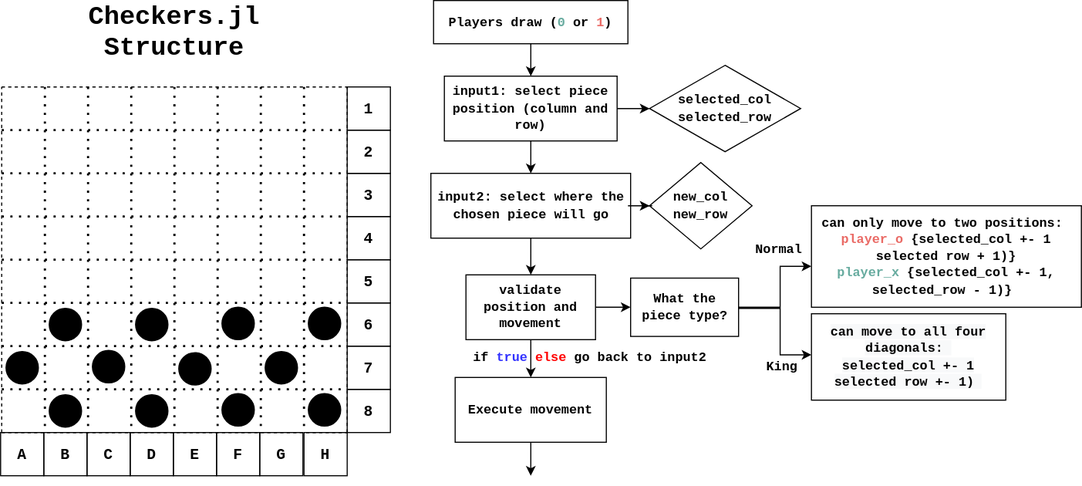
Before: Checker_Architecture.svg, a diagram exported from draw.io (hdcpereira/Checkers.jl). Source tidied: cells renumbered, new cells last; positions are measured from the earlier drawing's top-left corner, leaving out a move shared by most shapes.
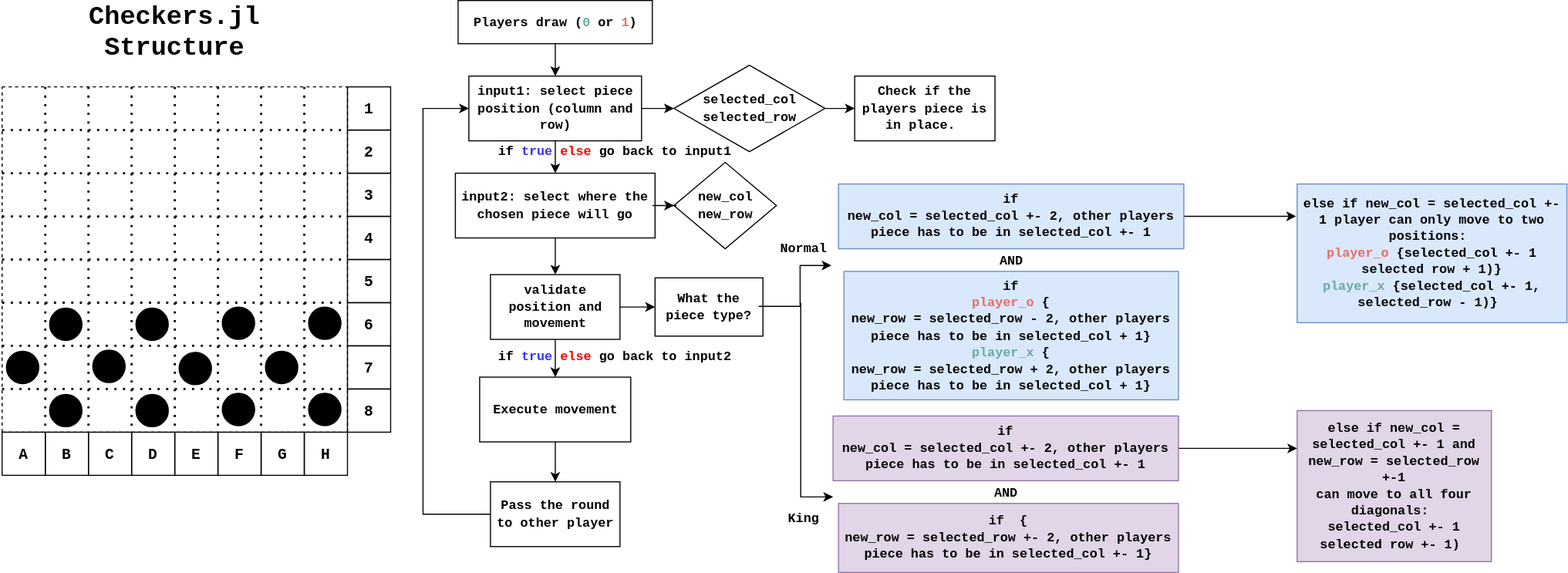
Above is the later version.

Commit message:
updating logic architecture

Change to the diagram source:
```diff
@@ -153,7 +153,7 @@
       <mxGeometry relative="1" as="geometry" />
     </mxCell>
     <mxCell id="34" value="&lt;font face=&quot;Courier New&quot;&gt;&lt;b&gt;Players draw (&lt;font color=&quot;#67ab9f&quot;&gt;0&lt;/font&gt; or &lt;font color=&quot;#ea6b66&quot;&gt;1&lt;/font&gt;)&lt;/b&gt;&lt;/font&gt;" style="rounded=1;whiteSpace=wrap;html=1;fillColor=none;arcSize=0;" parent="1" vertex="1">
-      <mxGeometry x="401" width="180" height="40" as="geometry" />
+      <mxGeometry x="423.5" width="180" height="40" as="geometry" />
     </mxCell>
     <mxCell id="35" style="edgeStyle=orthogonalEdgeStyle;rounded=0;jettySize=auto;html=1;" parent="1" edge="1" source="37" target="40">
       <mxGeometry relative="1" as="geometry" />
@@ -162,7 +162,7 @@
       <mxGeometry relative="1" as="geometry" />
     </mxCell>
     <mxCell id="37" value="&lt;b&gt;&lt;font face=&quot;Courier New&quot;&gt;input1: select piece position (column and row)&lt;/font&gt;&lt;/b&gt;" style="whiteSpace=wrap;html=1;rounded=1;fillColor=none;arcSize=0;" parent="1" vertex="1">
-      <mxGeometry x="411" y="70" width="160" height="60" as="geometry" />
+      <mxGeometry x="433.5" y="70" width="160" height="60" as="geometry" />
     </mxCell>
     <mxCell id="38" style="edgeStyle=orthogonalEdgeStyle;rounded=0;jettySize=auto;html=1;" parent="1" edge="1" source="40" target="43">
       <mxGeometry relative="1" as="geometry" />
@@ -171,7 +171,7 @@
       <mxGeometry relative="1" as="geometry" />
     </mxCell>
     <mxCell id="40" value="&lt;font face=&quot;Courier New&quot;&gt;&lt;b&gt;input2: select where the chosen piece will go&lt;/b&gt;&lt;/font&gt;" style="whiteSpace=wrap;html=1;rounded=1;fillColor=none;arcSize=0;" parent="1" vertex="1">
-      <mxGeometry x="398.5" y="160" width="185" height="60" as="geometry" />
+      <mxGeometry x="421" y="160" width="185" height="60" as="geometry" />
     </mxCell>
     <mxCell id="41" style="edgeStyle=orthogonalEdgeStyle;rounded=0;jettySize=auto;html=1;" parent="1" edge="1" source="43" target="45">
       <mxGeometry relative="1" as="geometry" />
@@ -180,57 +180,56 @@
       <mxGeometry relative="1" as="geometry" />
     </mxCell>
     <mxCell id="43" value="&lt;font face=&quot;Courier New&quot;&gt;&lt;b&gt;validate position and movement&lt;/b&gt;&lt;/font&gt;" style="whiteSpace=wrap;html=1;rounded=1;fillColor=none;arcSize=0;" parent="1" vertex="1">
-      <mxGeometry x="431" y="254" width="120" height="60" as="geometry" />
+      <mxGeometry x="453.5" y="254" width="120" height="60" as="geometry" />
     </mxCell>
-    <mxCell id="44" style="edgeStyle=orthogonalEdgeStyle;rounded=0;jettySize=auto;html=1;entryX=0.5;entryY=0;entryDx=0;entryDy=0;" parent="1" edge="1" source="45">
-      <mxGeometry relative="1" as="geometry">
-        <mxPoint x="491" y="440" as="targetPoint" />
-        <Array as="points">
-          <mxPoint x="491" y="430" />
-          <mxPoint x="491" y="430" />
-        </Array>
-      </mxGeometry>
-    </mxCell>
+    <mxCell id="72" style="edgeStyle=orthogonalEdgeStyle;rounded=0;jettySize=auto;html=1;" parent="1" edge="1" source="45" target="85">
+      <mxGeometry relative="1" as="geometry" />
+    </mxCell>
     <mxCell id="45" value="&lt;font face=&quot;Courier New&quot;&gt;&lt;b&gt;Execute movement&lt;/b&gt;&lt;/font&gt;" style="whiteSpace=wrap;html=1;rounded=1;fillColor=none;arcSize=0;" parent="1" vertex="1">
-      <mxGeometry x="421" y="349" width="140" height="60" as="geometry" />
+      <mxGeometry x="443.5" y="349" width="140" height="60" as="geometry" />
     </mxCell>
+    <mxCell id="73" style="edgeStyle=orthogonalEdgeStyle;rounded=0;jettySize=auto;html=1;" parent="1" edge="1" source="46" target="74">
+      <mxGeometry relative="1" as="geometry" />
+    </mxCell>
     <mxCell id="46" value="&lt;font face=&quot;Courier New&quot;&gt;&lt;b&gt;selected_col&lt;br&gt;selected_row&lt;/b&gt;&lt;/font&gt;" style="rhombus;whiteSpace=wrap;html=1;fillColor=none;" parent="1" vertex="1">
-      <mxGeometry x="601" y="60" width="140" height="80" as="geometry" />
+      <mxGeometry x="623.5" y="60" width="140" height="80" as="geometry" />
     </mxCell>
     <mxCell id="47" value="&lt;font face=&quot;Courier New&quot;&gt;&lt;b&gt;new_col&lt;br&gt;new_row&lt;/b&gt;&lt;/font&gt;" style="rhombus;whiteSpace=wrap;html=1;rounded=1;fillColor=none;arcSize=0;" parent="1" vertex="1">
-      <mxGeometry x="601" y="150" width="95" height="80" as="geometry" />
+      <mxGeometry x="623.5" y="150" width="95" height="80" as="geometry" />
     </mxCell>
-    <mxCell id="48" style="edgeStyle=orthogonalEdgeStyle;rounded=0;jettySize=auto;html=1;" parent="1" edge="1" source="49" target="50">
+    <mxCell id="48" style="edgeStyle=orthogonalEdgeStyle;rounded=0;orthogonalLoop=1;jettySize=auto;html=1;" parent="1" edge="1">
       <mxGeometry relative="1" as="geometry">
+        <mxPoint x="702" y="283.4" as="sourcePoint" />
+        <mxPoint x="769.5" y="245.5" as="targetPoint" />
         <Array as="points">
-          <mxPoint x="722" y="284" />
-          <mxPoint x="722" y="246" />
+          <mxPoint x="740.5" y="283.5" />
+          <mxPoint x="740.5" y="245.5" />
         </Array>
       </mxGeometry>
     </mxCell>
     <mxCell id="49" value="&lt;font face=&quot;Courier New&quot;&gt;&lt;b&gt;What the piece type?&lt;br&gt;&lt;/b&gt;&lt;/font&gt;" style="whiteSpace=wrap;html=1;rounded=1;fillColor=none;arcSize=0;" parent="1" vertex="1">
-      <mxGeometry x="583.5" y="257" width="100" height="54" as="geometry" />
+      <mxGeometry x="606" y="257" width="100" height="54" as="geometry" />
     </mxCell>
-    <mxCell id="50" value="&lt;b&gt;&lt;font face=&quot;Courier New&quot;&gt;can only move to two positions:&amp;nbsp;&lt;br&gt;&lt;font color=&quot;#ea6b66&quot;&gt;player_o&lt;/font&gt; {&lt;/font&gt;&lt;/b&gt;&lt;b style=&quot;font-family: &amp;#34;helvetica&amp;#34;&quot;&gt;&lt;font face=&quot;Courier New&quot;&gt;selected_col +- 1 selected row + 1)}&lt;br&gt;&lt;font color=&quot;#67ab9f&quot;&gt;player_x&lt;/font&gt; {selected_col +- 1, selected_row - 1)}&amp;nbsp;&lt;/font&gt;&lt;/b&gt;&lt;b&gt;&lt;font face=&quot;Courier New&quot;&gt;&lt;br&gt;&lt;/font&gt;&lt;/b&gt;" style="whiteSpace=wrap;html=1;rounded=1;fillColor=none;arcSize=0;" parent="1" vertex="1">
-      <mxGeometry x="751" y="190" width="250" height="94" as="geometry" />
+    <mxCell id="50" value="&lt;b&gt;&lt;font face=&quot;Courier New&quot;&gt;else if new_col = selected_col +- 1 player can only move to two positions:&amp;nbsp;&lt;br&gt;&lt;font color=&quot;#ea6b66&quot;&gt;player_o&lt;/font&gt; {&lt;/font&gt;&lt;/b&gt;&lt;b style=&quot;font-family: &amp;#34;helvetica&amp;#34;&quot;&gt;&lt;font face=&quot;Courier New&quot;&gt;selected_col +- 1 selected row + 1)}&lt;br&gt;&lt;font color=&quot;#67ab9f&quot;&gt;player_x&lt;/font&gt; {selected_col +- 1, selected_row - 1)}&amp;nbsp;&lt;/font&gt;&lt;/b&gt;&lt;b&gt;&lt;font face=&quot;Courier New&quot;&gt;&lt;br&gt;&lt;/font&gt;&lt;/b&gt;" style="whiteSpace=wrap;html=1;rounded=1;fillColor=#dae8fc;arcSize=0;strokeColor=#6c8ebf;" parent="1" vertex="1">
+      <mxGeometry x="1201" y="170" width="250" height="128.5" as="geometry" />
     </mxCell>
     <mxCell id="51" value="&lt;font face=&quot;Courier New&quot;&gt;&lt;b&gt;Normal&lt;/b&gt;&lt;/font&gt;" style="text;html=1;strokeColor=none;fillColor=none;align=center;verticalAlign=middle;whiteSpace=wrap;rounded=0;" parent="1" vertex="1">
-      <mxGeometry x="701" y="220" width="40" height="20" as="geometry" />
+      <mxGeometry x="723.5" y="219.5" width="40" height="20" as="geometry" />
     </mxCell>
-    <mxCell id="52" style="edgeStyle=orthogonalEdgeStyle;rounded=0;jettySize=auto;html=1;exitX=1;exitY=0.5;exitDx=0;exitDy=0;" parent="1" edge="1" target="53">
+    <mxCell id="52" style="edgeStyle=orthogonalEdgeStyle;rounded=0;orthogonalLoop=1;jettySize=auto;html=1;" parent="1" edge="1">
       <mxGeometry relative="1" as="geometry">
-        <mxPoint x="683.5" y="285" as="sourcePoint" />
+        <mxPoint x="741" y="280" as="sourcePoint" />
+        <mxPoint x="771" y="460" as="targetPoint" />
         <Array as="points">
-          <mxPoint x="722" y="285" />
-          <mxPoint x="722" y="328" />
+          <mxPoint x="741" y="460" />
         </Array>
       </mxGeometry>
     </mxCell>
-    <mxCell id="53" value="&lt;b style=&quot;color: rgb(0 , 0 , 0) ; font-family: &amp;#34;helvetica&amp;#34; ; font-size: 12px ; font-style: normal ; letter-spacing: normal ; text-align: center ; text-indent: 0px ; text-transform: none ; word-spacing: 0px ; background-color: rgb(248 , 249 , 250)&quot;&gt;&lt;font face=&quot;Courier New&quot;&gt;can move to all four diagonals:&amp;nbsp;&lt;br&gt;selected_col +- 1 selected row +- 1)&amp;nbsp;&lt;/font&gt;&lt;/b&gt;" style="whiteSpace=wrap;html=1;rounded=1;fillColor=none;arcSize=0;" parent="1" vertex="1">
-      <mxGeometry x="751" y="290" width="180" height="80" as="geometry" />
+    <mxCell id="53" value="&lt;b style=&quot;color: rgb(0 , 0 , 0) ; font-family: &amp;#34;helvetica&amp;#34; ; font-size: 12px ; font-style: normal ; letter-spacing: normal ; text-align: center ; text-indent: 0px ; text-transform: none ; word-spacing: 0px&quot;&gt;&lt;font face=&quot;Courier New&quot;&gt;else if new_col = selected_col +- 1 and new_row = selected_row +-1&lt;br&gt;can move to all four diagonals:&amp;nbsp;&lt;br&gt;selected_col +- 1 selected row +- 1)&amp;nbsp;&lt;/font&gt;&lt;/b&gt;" style="whiteSpace=wrap;html=1;rounded=1;fillColor=#e1d5e7;arcSize=0;strokeColor=#9673a6;" parent="1" vertex="1">
+      <mxGeometry x="1201" y="380" width="180" height="140" as="geometry" />
     </mxCell>
     <mxCell id="54" value="&lt;font face=&quot;Courier New&quot;&gt;&lt;b&gt;King&lt;br&gt;&lt;/b&gt;&lt;/font&gt;" style="text;html=1;strokeColor=none;fillColor=none;align=center;verticalAlign=middle;whiteSpace=wrap;rounded=0;" parent="1" vertex="1">
-      <mxGeometry x="704" y="329" width="40" height="20" as="geometry" />
+      <mxGeometry x="723.5" y="470" width="40" height="20" as="geometry" />
     </mxCell>
     <mxCell id="55" value="&lt;font style=&quot;font-size: 14px&quot;&gt;&lt;font face=&quot;Courier New&quot;&gt;&lt;b&gt;1&lt;/b&gt;&lt;/font&gt;&lt;br&gt;&lt;/font&gt;" style="rounded=0;whiteSpace=wrap;html=1;fillColor=none;" parent="1" vertex="1">
       <mxGeometry x="321" y="80" width="40" height="40" as="geometry" />
@@ -257,31 +256,72 @@
       <mxGeometry x="321" y="360" width="40" height="40" as="geometry" />
     </mxCell>
     <mxCell id="63" value="&lt;font style=&quot;font-size: 14px&quot;&gt;&lt;font face=&quot;Courier New&quot;&gt;&lt;b&gt;A&lt;/b&gt;&lt;/font&gt;&lt;br&gt;&lt;/font&gt;" style="rounded=0;whiteSpace=wrap;html=1;fillColor=none;" parent="1" vertex="1">
-      <mxGeometry y="400" width="40" height="40" as="geometry" />
+      <mxGeometry x="1" y="400" width="40" height="40" as="geometry" />
     </mxCell>
     <mxCell id="64" value="&lt;font style=&quot;font-size: 14px&quot;&gt;&lt;font face=&quot;Courier New&quot;&gt;&lt;b&gt;B&lt;/b&gt;&lt;/font&gt;&lt;br&gt;&lt;/font&gt;" style="rounded=0;whiteSpace=wrap;html=1;fillColor=none;" parent="1" vertex="1">
-      <mxGeometry x="40" y="400" width="40" height="40" as="geometry" />
+      <mxGeometry x="41" y="400" width="40" height="40" as="geometry" />
     </mxCell>
     <mxCell id="65" value="&lt;font style=&quot;font-size: 14px&quot;&gt;&lt;font face=&quot;Courier New&quot;&gt;&lt;b&gt;C&lt;/b&gt;&lt;/font&gt;&lt;br&gt;&lt;/font&gt;" style="rounded=0;whiteSpace=wrap;html=1;fillColor=none;" parent="1" vertex="1">
-      <mxGeometry x="80" y="400" width="40" height="40" as="geometry" />
+      <mxGeometry x="81" y="400" width="40" height="40" as="geometry" />
     </mxCell>
     <mxCell id="66" value="&lt;font style=&quot;font-size: 14px&quot;&gt;&lt;font face=&quot;Courier New&quot;&gt;&lt;b&gt;D&lt;/b&gt;&lt;/font&gt;&lt;br&gt;&lt;/font&gt;" style="rounded=0;whiteSpace=wrap;html=1;fillColor=none;" parent="1" vertex="1">
-      <mxGeometry x="120" y="400" width="40" height="40" as="geometry" />
+      <mxGeometry x="121" y="400" width="40" height="40" as="geometry" />
     </mxCell>
     <mxCell id="67" value="&lt;font style=&quot;font-size: 14px&quot;&gt;&lt;font face=&quot;Courier New&quot;&gt;&lt;b&gt;E&lt;/b&gt;&lt;/font&gt;&lt;br&gt;&lt;/font&gt;" style="rounded=0;whiteSpace=wrap;html=1;fillColor=none;" parent="1" vertex="1">
-      <mxGeometry x="160" y="400" width="40" height="40" as="geometry" />
+      <mxGeometry x="161" y="400" width="40" height="40" as="geometry" />
     </mxCell>
     <mxCell id="68" value="&lt;font style=&quot;font-size: 14px&quot;&gt;&lt;font face=&quot;Courier New&quot;&gt;&lt;b&gt;F&lt;/b&gt;&lt;/font&gt;&lt;br&gt;&lt;/font&gt;" style="rounded=0;whiteSpace=wrap;html=1;fillColor=none;" parent="1" vertex="1">
-      <mxGeometry x="200" y="400" width="40" height="40" as="geometry" />
+      <mxGeometry x="201" y="400" width="40" height="40" as="geometry" />
     </mxCell>
     <mxCell id="69" value="&lt;font style=&quot;font-size: 14px&quot;&gt;&lt;font face=&quot;Courier New&quot;&gt;&lt;b&gt;G&lt;/b&gt;&lt;/font&gt;&lt;br&gt;&lt;/font&gt;" style="rounded=0;whiteSpace=wrap;html=1;fillColor=none;" parent="1" vertex="1">
-      <mxGeometry x="240" y="400" width="40" height="40" as="geometry" />
+      <mxGeometry x="241" y="400" width="40" height="40" as="geometry" />
     </mxCell>
     <mxCell id="70" value="&lt;font style=&quot;font-size: 14px&quot;&gt;&lt;font face=&quot;Courier New&quot;&gt;&lt;b&gt;H&lt;/b&gt;&lt;/font&gt;&lt;br&gt;&lt;/font&gt;" style="rounded=0;whiteSpace=wrap;html=1;fillColor=none;" parent="1" vertex="1">
       <mxGeometry x="281" y="400" width="40" height="40" as="geometry" />
     </mxCell>
     <mxCell id="71" value="&lt;b&gt;&lt;font face=&quot;Courier New&quot;&gt;if &lt;font color=&quot;#3333ff&quot;&gt;true &lt;/font&gt;&lt;font color=&quot;#ff0000&quot;&gt;else &lt;/font&gt;go back to input2&lt;/font&gt;&lt;/b&gt;" style="text;html=1;strokeColor=none;fillColor=none;align=center;verticalAlign=middle;whiteSpace=wrap;rounded=0;" parent="1" vertex="1">
-      <mxGeometry x="431" y="320" width="230" height="20" as="geometry" />
+      <mxGeometry x="453.5" y="320" width="230" height="20" as="geometry" />
     </mxCell>
+    <mxCell id="74" value="&lt;p&gt;&lt;font face=&quot;Courier New&quot;&gt;&lt;b&gt;Check if the players piece is in place.&amp;nbsp;&lt;/b&gt;&lt;/font&gt;&lt;/p&gt;" style="whiteSpace=wrap;html=1;fillColor=none;" parent="1" vertex="1">
+      <mxGeometry x="791" y="70" width="130" height="60" as="geometry" />
+    </mxCell>
+    <mxCell id="75" value="&lt;b&gt;&lt;font face=&quot;Courier New&quot;&gt;if &lt;font color=&quot;#3333ff&quot;&gt;true &lt;/font&gt;&lt;font color=&quot;#ff0000&quot;&gt;else &lt;/font&gt;go back to input1&lt;/font&gt;&lt;/b&gt;" style="text;html=1;strokeColor=none;fillColor=none;align=center;verticalAlign=middle;whiteSpace=wrap;rounded=0;" parent="1" vertex="1">
+      <mxGeometry x="453.5" y="130" width="230" height="20" as="geometry" />
+    </mxCell>
+    <mxCell id="76" style="edgeStyle=orthogonalEdgeStyle;rounded=0;jettySize=auto;html=1;entryX=-0.004;entryY=0.233;entryDx=0;entryDy=0;entryPerimeter=0;" parent="1" edge="1" source="77" target="50">
+      <mxGeometry relative="1" as="geometry" />
+    </mxCell>
+    <mxCell id="77" value="&lt;font face=&quot;Courier New&quot;&gt;&lt;b&gt;if &lt;br&gt;new_col = selected_col +- 2, other players piece has to be in selected_col +- 1&lt;/b&gt;&lt;/font&gt;" style="rounded=0;whiteSpace=wrap;html=1;fillColor=#dae8fc;strokeColor=#6c8ebf;" parent="1" vertex="1">
+      <mxGeometry x="776" y="170" width="320" height="60" as="geometry" />
+    </mxCell>
+    <mxCell id="78" value="&lt;font face=&quot;Courier New&quot;&gt;&lt;b&gt;AND&lt;/b&gt;&lt;/font&gt;" style="text;html=1;align=center;verticalAlign=middle;" parent="1" vertex="1">
+      <mxGeometry x="916" y="231" width="40" height="20" as="geometry" />
+    </mxCell>
+    <mxCell id="79" value="&lt;b&gt;&lt;font face=&quot;Courier New&quot;&gt;if &lt;br&gt;&lt;font color=&quot;#ea6b66&quot;&gt;player_o&amp;nbsp;&lt;/font&gt;{&lt;font color=&quot;#ea6b66&quot;&gt;&lt;br&gt;&lt;/font&gt;new_row = selected_row - 2, other players piece has to be in selected_col + 1}&lt;br&gt;&lt;/font&gt;&lt;/b&gt;&lt;b style=&quot;font-family: &amp;#34;helvetica&amp;#34;&quot;&gt;&lt;font face=&quot;Courier New&quot;&gt;&lt;font color=&quot;#67ab9f&quot;&gt;player_x&amp;nbsp;&lt;/font&gt;&lt;/font&gt;&lt;/b&gt;&lt;b&gt;&lt;font face=&quot;Courier New&quot;&gt;{&lt;font color=&quot;#ea6b66&quot;&gt;&lt;br&gt;&lt;/font&gt;new_row = selected_row + 2, other players piece has to be in selected_col + 1}&lt;br&gt;&lt;/font&gt;&lt;/b&gt;" style="rounded=0;whiteSpace=wrap;html=1;fillColor=#dae8fc;strokeColor=#6c8ebf;" parent="1" vertex="1">
+      <mxGeometry x="781" y="251" width="310" height="119" as="geometry" />
+    </mxCell>
+    <mxCell id="80" style="edgeStyle=orthogonalEdgeStyle;rounded=0;jettySize=auto;html=1;entryX=0;entryY=0.25;entryDx=0;entryDy=0;" parent="1" edge="1" source="81" target="53">
+      <mxGeometry relative="1" as="geometry" />
+    </mxCell>
+    <mxCell id="81" value="&lt;font face=&quot;Courier New&quot;&gt;&lt;b&gt;if &lt;br&gt;new_col = selected_col +- 2, other players piece has to be in selected_col +- 1&lt;/b&gt;&lt;/font&gt;" style="rounded=0;whiteSpace=wrap;html=1;fillColor=#e1d5e7;strokeColor=#9673a6;" parent="1" vertex="1">
+      <mxGeometry x="771" y="385" width="320" height="60" as="geometry" />
+    </mxCell>
+    <mxCell id="82" value="&lt;font face=&quot;Courier New&quot;&gt;&lt;b&gt;AND&lt;/b&gt;&lt;/font&gt;" style="text;html=1;align=center;verticalAlign=middle;" parent="1" vertex="1">
+      <mxGeometry x="911" y="446" width="40" height="20" as="geometry" />
+    </mxCell>
+    <mxCell id="83" value="&lt;b&gt;&lt;font face=&quot;Courier New&quot;&gt;if &lt;font color=&quot;#ea6b66&quot;&gt;&amp;nbsp;&lt;/font&gt;{&lt;font color=&quot;#ea6b66&quot;&gt;&lt;br&gt;&lt;/font&gt;new_row = selected_row +- 2, other players piece has to be in selected_col +- 1}&lt;/font&gt;&lt;/b&gt;&lt;b&gt;&lt;font face=&quot;Courier New&quot;&gt;&lt;br&gt;&lt;/font&gt;&lt;/b&gt;" style="rounded=0;whiteSpace=wrap;html=1;fillColor=#e1d5e7;strokeColor=#9673a6;" parent="1" vertex="1">
+      <mxGeometry x="776" y="466" width="315" height="64" as="geometry" />
+    </mxCell>
+    <mxCell id="84" style="edgeStyle=orthogonalEdgeStyle;rounded=0;jettySize=auto;html=1;entryX=0;entryY=0.5;entryDx=0;entryDy=0;" parent="1" edge="1" source="85" target="37">
+      <mxGeometry relative="1" as="geometry">
+        <Array as="points">
+          <mxPoint x="391" y="476" />
+          <mxPoint x="391" y="100" />
+        </Array>
+      </mxGeometry>
+    </mxCell>
+    <mxCell id="85" value="&lt;font face=&quot;Courier New&quot;&gt;&lt;b&gt;Pass the round to other player&lt;/b&gt;&lt;/font&gt;" style="whiteSpace=wrap;html=1;rounded=1;fillColor=none;arcSize=0;" parent="1" vertex="1">
+      <mxGeometry x="453.5" y="446" width="120" height="60" as="geometry" />
+    </mxCell>
   </root>
 </mxGraphModel>
```
